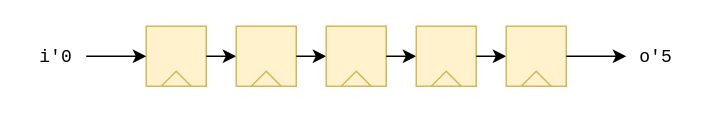
Above: philosophy/images/latencySpecifiers.drawio in pc2/sus-compiler (draw.io), before the change. Source tidied: cells renumbered, new cells numbered last; positions are measured from the earlier drawing's top-left corner, leaving out a move shared by most shapes. Both pictures are drawn from the tidied source at 150%, with x=0, y=0 at pixel (26, 26).
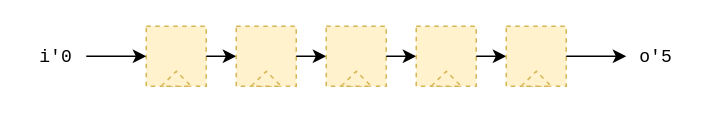
After the change.

What changed in the source:
```diff
@@
-    <mxCell id="2" style="group;" parent="1" vertex="1">
+    <mxCell id="2" style="group;dashed=1;" parent="1" vertex="1">
       <mxGeometry x="80" width="40" height="40" as="geometry" />
     </mxCell>
-    <mxCell id="3" style="rounded=0;whiteSpace=wrap;html=1;fillColor=#fff2cc;strokeColor=#d6b656;" parent="2" vertex="1">
+    <mxCell id="3" style="rounded=0;whiteSpace=wrap;html=1;fillColor=#fff2cc;strokeColor=#d6b656;dashed=1;" parent="2" vertex="1">
       <mxGeometry width="40" height="40" as="geometry" />
     </mxCell>
-    <mxCell id="4" style="triangle;whiteSpace=wrap;html=1;rotation=-90;fillColor=#fff2cc;strokeColor=#d6b656;" parent="2" vertex="1">
+    <mxCell id="4" style="triangle;whiteSpace=wrap;html=1;rotation=-90;fillColor=#fff2cc;strokeColor=#d6b656;dashed=1;" parent="2" vertex="1">
       <mxGeometry x="15" y="25" width="10" height="20" as="geometry" />
     </mxCell>
@@
-    <mxCell id="6" style="group;" parent="1" vertex="1">
+    <mxCell id="6" style="group;dashed=1;" parent="1" vertex="1">
       <mxGeometry x="140" width="40" height="40" as="geometry" />
     </mxCell>
-    <mxCell id="7" style="rounded=0;whiteSpace=wrap;html=1;fillColor=#fff2cc;strokeColor=#d6b656;" parent="6" vertex="1">
+    <mxCell id="7" style="rounded=0;whiteSpace=wrap;html=1;fillColor=#fff2cc;strokeColor=#d6b656;dashed=1;" parent="6" vertex="1">
       <mxGeometry width="40" height="40" as="geometry" />
     </mxCell>
-    <mxCell id="8" style="triangle;whiteSpace=wrap;html=1;rotation=-90;fillColor=#fff2cc;strokeColor=#d6b656;" parent="6" vertex="1">
+    <mxCell id="8" style="triangle;whiteSpace=wrap;html=1;rotation=-90;fillColor=#fff2cc;strokeColor=#d6b656;dashed=1;" parent="6" vertex="1">
       <mxGeometry x="15" y="25" width="10" height="20" as="geometry" />
     </mxCell>
@@
-    <mxCell id="10" style="group;" parent="1" vertex="1">
+    <mxCell id="10" style="group;dashed=1;" parent="1" vertex="1">
       <mxGeometry x="200" width="40" height="40" as="geometry" />
     </mxCell>
-    <mxCell id="11" style="rounded=0;whiteSpace=wrap;html=1;fillColor=#fff2cc;strokeColor=#d6b656;" parent="10" vertex="1">
+    <mxCell id="11" style="rounded=0;whiteSpace=wrap;html=1;fillColor=#fff2cc;strokeColor=#d6b656;dashed=1;" parent="10" vertex="1">
       <mxGeometry width="40" height="40" as="geometry" />
     </mxCell>
-    <mxCell id="12" style="triangle;whiteSpace=wrap;html=1;rotation=-90;fillColor=#fff2cc;strokeColor=#d6b656;" parent="10" vertex="1">
+    <mxCell id="12" style="triangle;whiteSpace=wrap;html=1;rotation=-90;fillColor=#fff2cc;strokeColor=#d6b656;dashed=1;" parent="10" vertex="1">
       <mxGeometry x="15" y="25" width="10" height="20" as="geometry" />
     </mxCell>
@@
-    <mxCell id="14" style="group;" parent="1" vertex="1">
+    <mxCell id="14" style="group;dashed=1;" parent="1" vertex="1">
       <mxGeometry x="260" width="40" height="40" as="geometry" />
     </mxCell>
-    <mxCell id="15" style="rounded=0;whiteSpace=wrap;html=1;fillColor=#fff2cc;strokeColor=#d6b656;" parent="14" vertex="1">
+    <mxCell id="15" style="rounded=0;whiteSpace=wrap;html=1;fillColor=#fff2cc;strokeColor=#d6b656;dashed=1;" parent="14" vertex="1">
       <mxGeometry width="40" height="40" as="geometry" />
     </mxCell>
-    <mxCell id="16" style="triangle;whiteSpace=wrap;html=1;rotation=-90;fillColor=#fff2cc;strokeColor=#d6b656;" parent="14" vertex="1">
+    <mxCell id="16" style="triangle;whiteSpace=wrap;html=1;rotation=-90;fillColor=#fff2cc;strokeColor=#d6b656;dashed=1;" parent="14" vertex="1">
       <mxGeometry x="15" y="25" width="10" height="20" as="geometry" />
     </mxCell>
@@
-    <mxCell id="18" style="group;" parent="1" vertex="1">
+    <mxCell id="18" style="group;dashed=1;" parent="1" vertex="1">
       <mxGeometry x="320" width="40" height="40" as="geometry" />
     </mxCell>
-    <mxCell id="19" style="rounded=0;whiteSpace=wrap;html=1;fillColor=#fff2cc;strokeColor=#d6b656;" parent="18" vertex="1">
+    <mxCell id="19" style="rounded=0;whiteSpace=wrap;html=1;fillColor=#fff2cc;strokeColor=#d6b656;dashed=1;" parent="18" vertex="1">
       <mxGeometry width="40" height="40" as="geometry" />
     </mxCell>
-    <mxCell id="20" style="triangle;whiteSpace=wrap;html=1;rotation=-90;fillColor=#fff2cc;strokeColor=#d6b656;" parent="18" vertex="1">
+    <mxCell id="20" style="triangle;whiteSpace=wrap;html=1;rotation=-90;fillColor=#fff2cc;strokeColor=#d6b656;dashed=1;" parent="18" vertex="1">
       <mxGeometry x="15" y="25" width="10" height="20" as="geometry" />
     </mxCell>
```
